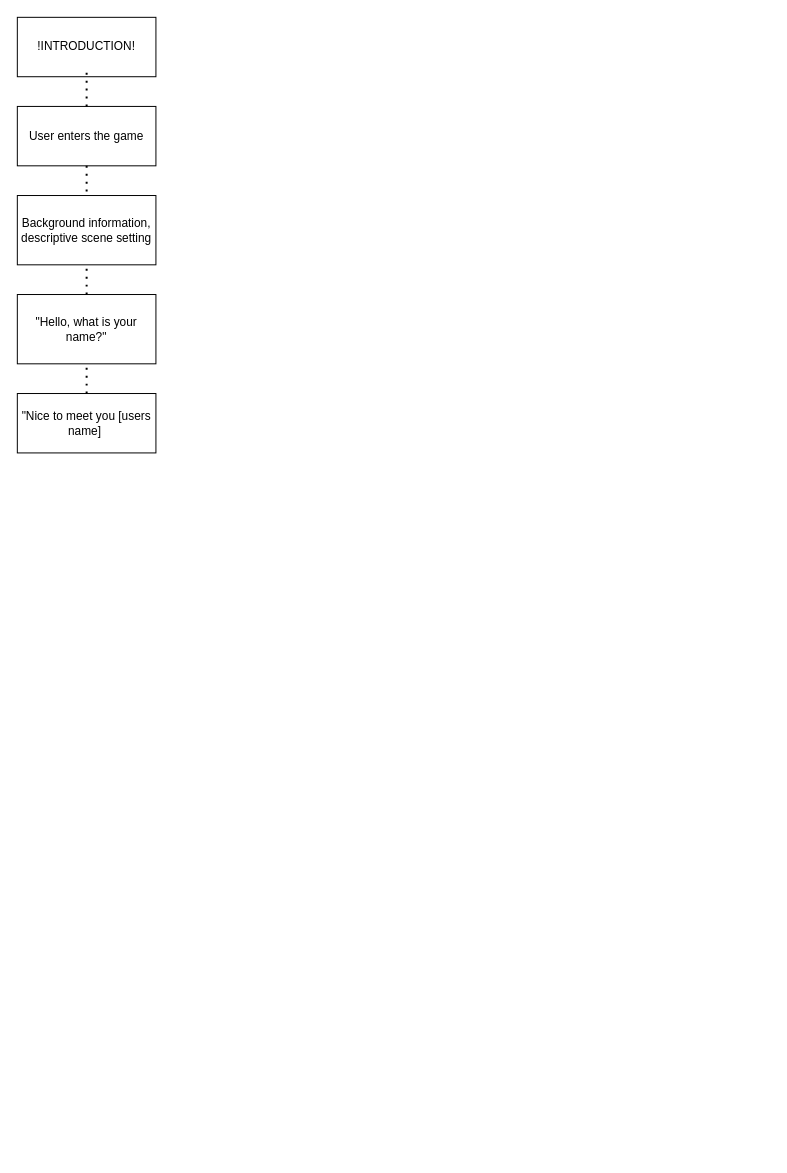
Chloeem/codenation keeps this draw.io diagram as Game flowchart.drawio. Above is the earlier version. Source tidied: cells renumbered, new cells numbered last; positions are measured from the earlier drawing's top-left corner, leaving out a move shared by most shapes. Both pictures are drawn from the tidied source at 99%, with x=0, y=0 at pixel (17, 17).
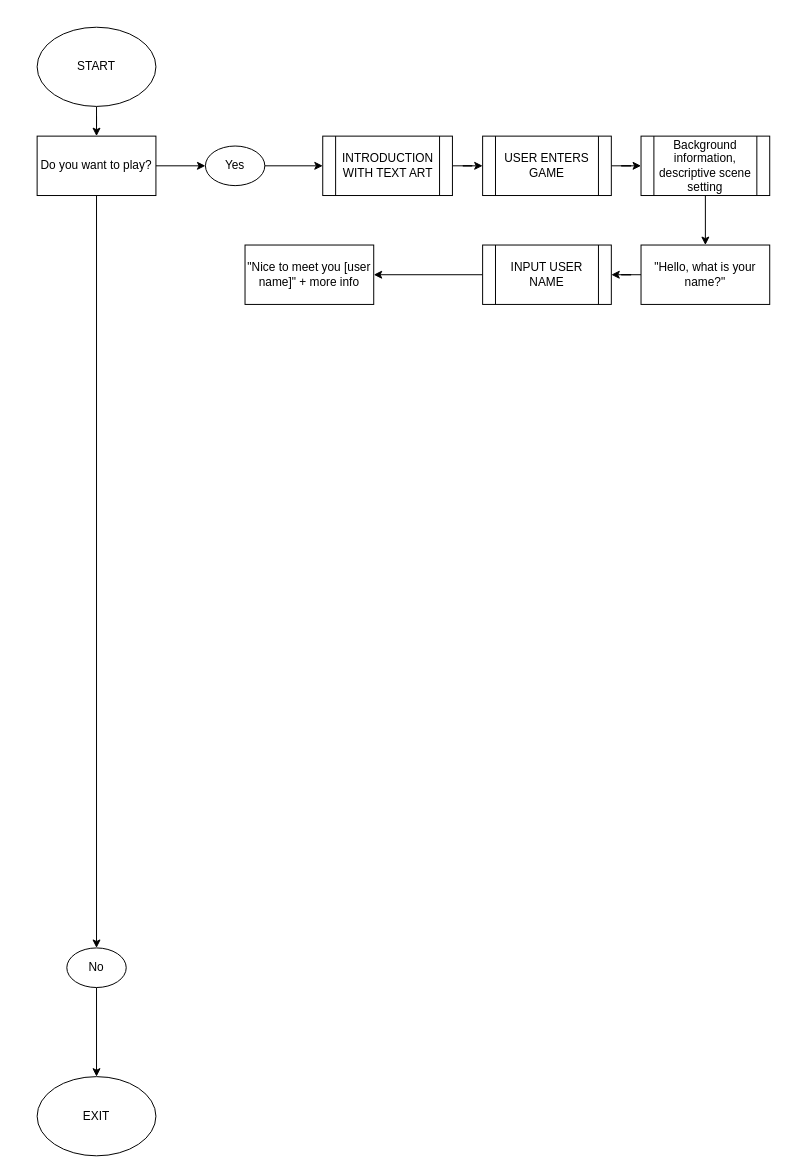
The same page after the edit.

The edit, as a diff of the source:
```diff
@@
-    <mxCell id="2" value="User enters the game" style="rounded=0;whiteSpace=wrap;html=1;" parent="1" vertex="1">
-      <mxGeometry y="90" width="140" height="60" as="geometry" />
-    </mxCell>
+    <mxCell id="11" style="edgeStyle=orthogonalEdgeStyle;rounded=0;jettySize=auto;html=1;" parent="1" edge="1" source="7" target="28">
+      <mxGeometry relative="1" as="geometry" />
+    </mxCell>
+    <mxCell id="7" value="&quot;Hello, what is your name?&quot;" style="rounded=0;whiteSpace=wrap;html=1;" parent="1" vertex="1">
+      <mxGeometry x="630" y="230" width="130" height="60" as="geometry" />
+    </mxCell>
+    <mxCell id="12" style="edgeStyle=orthogonalEdgeStyle;rounded=0;jettySize=auto;html=1;" parent="1" edge="1" source="13" target="16">
+      <mxGeometry relative="1" as="geometry" />
+    </mxCell>
+    <mxCell id="13" value="START" style="ellipse;whiteSpace=wrap;html=1;" parent="1" vertex="1">
+      <mxGeometry x="20" y="10" width="120" height="80" as="geometry" />
+    </mxCell>
+    <mxCell id="14" style="edgeStyle=orthogonalEdgeStyle;rounded=0;jettySize=auto;html=1;" parent="1" edge="1" source="16" target="18">
+      <mxGeometry relative="1" as="geometry" />
+    </mxCell>
+    <mxCell id="15" style="edgeStyle=orthogonalEdgeStyle;rounded=0;jettySize=auto;html=1;" parent="1" edge="1" source="16" target="20">
+      <mxGeometry relative="1" as="geometry" />
+    </mxCell>
+    <mxCell id="16" value="Do you want to play?" style="rounded=0;whiteSpace=wrap;html=1;" parent="1" vertex="1">
+      <mxGeometry x="20" y="120" width="120" height="60" as="geometry" />
+    </mxCell>
+    <mxCell id="17" style="edgeStyle=orthogonalEdgeStyle;rounded=0;jettySize=auto;html=1;" parent="1" edge="1" source="18" target="23">
+      <mxGeometry relative="1" as="geometry" />
+    </mxCell>
+    <mxCell id="18" value="Yes" style="ellipse;whiteSpace=wrap;html=1;rounded=0;" parent="1" vertex="1">
+      <mxGeometry x="190" y="130" width="60" height="40" as="geometry" />
+    </mxCell>
+    <mxCell id="19" style="edgeStyle=orthogonalEdgeStyle;rounded=0;jettySize=auto;html=1;" parent="1" edge="1" source="20" target="21">
+      <mxGeometry relative="1" as="geometry" />
+    </mxCell>
+    <mxCell id="20" value="No" style="ellipse;whiteSpace=wrap;html=1;rounded=0;" parent="1" vertex="1">
+      <mxGeometry x="50" y="940" width="60" height="40" as="geometry" />
+    </mxCell>
+    <mxCell id="21" value="EXIT" style="ellipse;whiteSpace=wrap;html=1;" parent="1" vertex="1">
+      <mxGeometry x="20" y="1070" width="120" height="80" as="geometry" />
+    </mxCell>
+    <mxCell id="22" style="edgeStyle=orthogonalEdgeStyle;rounded=0;jettySize=auto;html=1;" parent="1" edge="1" source="23" target="25">
+      <mxGeometry relative="1" as="geometry" />
+    </mxCell>
+    <mxCell id="23" value="INTRODUCTION WITH TEXT ART" style="shape=process;whiteSpace=wrap;html=1;backgroundOutline=1;" parent="1" vertex="1">
+      <mxGeometry x="308.5" y="120" width="131" height="60" as="geometry" />
+    </mxCell>
+    <mxCell id="24" style="edgeStyle=orthogonalEdgeStyle;rounded=0;jettySize=auto;html=1;" parent="1" edge="1" source="25" target="3">
+      <mxGeometry relative="1" as="geometry" />
+    </mxCell>
+    <mxCell id="25" value="USER ENTERS GAME" style="shape=process;whiteSpace=wrap;html=1;backgroundOutline=1;" parent="1" vertex="1">
+      <mxGeometry x="470" y="120" width="130" height="60" as="geometry" />
+    </mxCell>
+    <mxCell id="26" style="edgeStyle=orthogonalEdgeStyle;rounded=0;jettySize=auto;html=1;" parent="1" edge="1" source="3" target="7">
+      <mxGeometry relative="1" as="geometry" />
+    </mxCell>
-    <mxCell id="3" value="Background information, descriptive scene setting" style="rounded=0;whiteSpace=wrap;html=1;" parent="1" vertex="1">
-      <mxGeometry y="180" width="140" height="70" as="geometry" />
+    <mxCell id="3" value="&lt;span&gt;Background information, descriptive scene setting&lt;/span&gt;" style="shape=process;whiteSpace=wrap;html=1;backgroundOutline=1;" parent="1" vertex="1">
+      <mxGeometry x="630" y="120" width="130" height="60" as="geometry" />
     </mxCell>
-    <mxCell id="4" value="!INTRODUCTION!" style="rounded=0;whiteSpace=wrap;html=1;" parent="1" vertex="1">
-      <mxGeometry width="140" height="60" as="geometry" />
-    </mxCell>
-    <mxCell id="5" style="endArrow=none;dashed=1;html=1;dashPattern=1 3;strokeWidth=2;exitX=0.5;exitY=0;exitDx=0;exitDy=0;" parent="1" edge="1" source="2">
-      <mxGeometry relative="1" as="geometry">
-        <mxPoint x="70" y="50" as="targetPoint" />
-      </mxGeometry>
-    </mxCell>
-    <mxCell id="6" style="endArrow=none;dashed=1;html=1;dashPattern=1 3;strokeWidth=2;entryX=0.5;entryY=0;entryDx=0;entryDy=0;" parent="1" edge="1" target="3">
-      <mxGeometry relative="1" as="geometry">
-        <mxPoint x="70" y="150" as="sourcePoint" />
-      </mxGeometry>
-    </mxCell>
-    <mxCell id="7" value="&quot;Hello, what is your name?&quot;" style="rounded=0;whiteSpace=wrap;html=1;" parent="1" vertex="1">
-      <mxGeometry y="280" width="140" height="70" as="geometry" />
-    </mxCell>
-    <mxCell id="8" style="endArrow=none;dashed=1;html=1;dashPattern=1 3;strokeWidth=2;" parent="1" edge="1" source="7">
-      <mxGeometry relative="1" as="geometry">
-        <mxPoint x="70" y="250" as="targetPoint" />
-      </mxGeometry>
-    </mxCell>
-    <mxCell id="9" value="&quot;Nice to meet you [users name]&amp;nbsp;" style="whiteSpace=wrap;html=1;rounded=0;" parent="1" vertex="1">
-      <mxGeometry y="380" width="140" height="60" as="geometry" />
-    </mxCell>
-    <mxCell id="10" style="endArrow=none;dashed=1;html=1;dashPattern=1 3;strokeWidth=2;" parent="1" edge="1">
-      <mxGeometry relative="1" as="geometry">
-        <mxPoint x="70" y="380" as="sourcePoint" />
-        <mxPoint x="70" y="350" as="targetPoint" />
-      </mxGeometry>
-    </mxCell>
+    <mxCell id="27" style="edgeStyle=orthogonalEdgeStyle;rounded=0;jettySize=auto;html=1;" parent="1" edge="1" source="28" target="29">
+      <mxGeometry relative="1" as="geometry" />
+    </mxCell>
+    <mxCell id="28" value="INPUT USER NAME" style="shape=process;whiteSpace=wrap;html=1;backgroundOutline=1;" parent="1" vertex="1">
+      <mxGeometry x="470" y="230" width="130" height="60" as="geometry" />
+    </mxCell>
+    <mxCell id="29" value="&quot;Nice to meet you [user name]&quot; + more info" style="rounded=0;whiteSpace=wrap;html=1;" parent="1" vertex="1">
+      <mxGeometry x="230" y="230" width="130" height="60" as="geometry" />
+    </mxCell>
```
